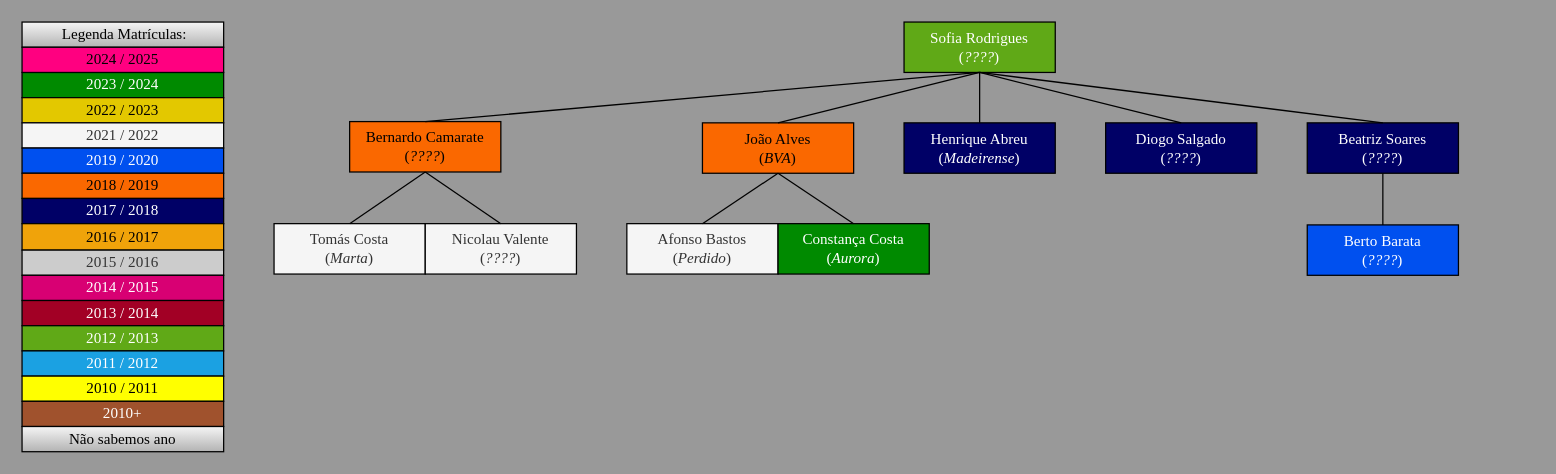
pdmtmr/PDMTMRTESTLOCATION-AKA-ARBUSTO keeps this draw.io diagram as Draw.io/Familia_da_Sofia_Rodrigues.drawio. Above is the earlier version. Source tidied: cells renumbered, new cells numbered last; positions are measured from the earlier drawing's top-left corner, leaving out a move shared by most shapes. Both pictures are drawn from the tidied source at 126%, with x=0, y=0 at pixel (21, 21).
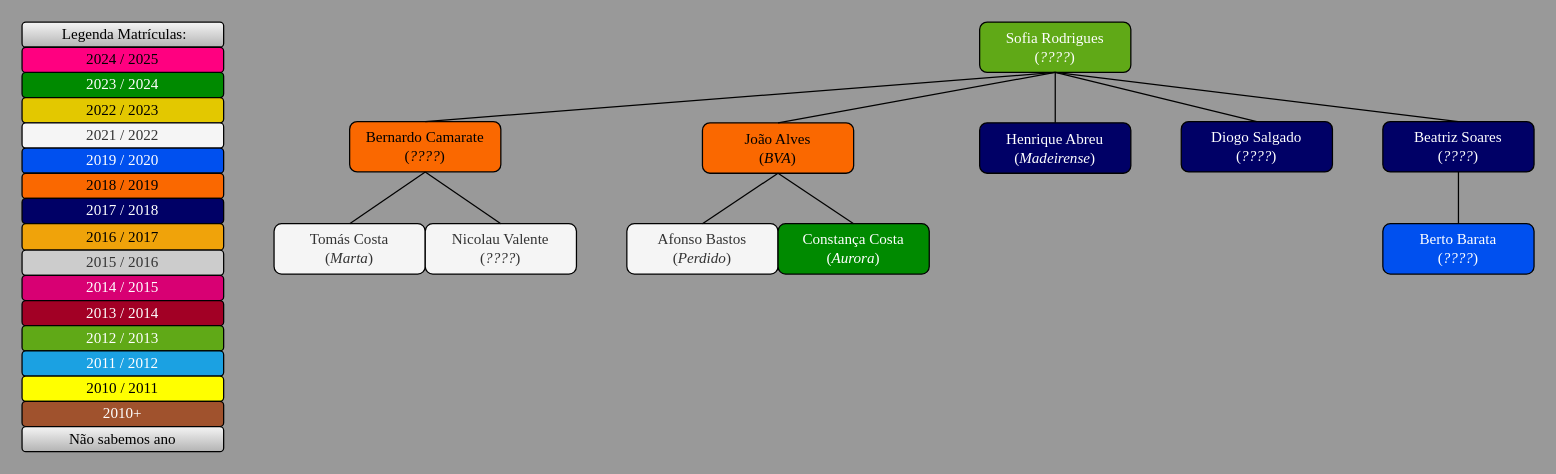
The same page after the edit.

What changed in the source:
```diff
@@
-    <mxCell id="2" value="&lt;div&gt;&lt;span style=&quot;background-color: initial;&quot;&gt;Sofia Rodrigues&lt;/span&gt;&lt;/div&gt;&lt;div&gt;&lt;span style=&quot;background-color: initial;&quot;&gt;(&lt;/span&gt;&lt;i style=&quot;background-color: initial;&quot;&gt;&lt;font&gt;????&lt;/font&gt;&lt;/i&gt;&lt;span style=&quot;background-color: initial;&quot;&gt;)&lt;/span&gt;&lt;/div&gt;" style="rounded=0;whiteSpace=wrap;html=1;fillColor=#60a917;fontColor=#ffffff;strokeColor=#000000;fontFamily=Times New Roman;" parent="1" vertex="1">
-      <mxGeometry x="700" width="120" height="40" as="geometry" />
+    <mxCell id="2" value="&lt;div&gt;&lt;span style=&quot;background-color: initial;&quot;&gt;Sofia Rodrigues&lt;/span&gt;&lt;/div&gt;&lt;div&gt;&lt;span style=&quot;background-color: initial;&quot;&gt;(&lt;/span&gt;&lt;i style=&quot;background-color: initial;&quot;&gt;&lt;font&gt;????&lt;/font&gt;&lt;/i&gt;&lt;span style=&quot;background-color: initial;&quot;&gt;)&lt;/span&gt;&lt;/div&gt;" style="rounded=1;whiteSpace=wrap;html=1;fillColor=#60a917;fontColor=#ffffff;strokeColor=#000000;fontFamily=Times New Roman;" parent="1" vertex="1">
+      <mxGeometry x="760" width="120" height="40" as="geometry" />
     </mxCell>
-    <mxCell id="3" value="&lt;div&gt;&lt;span style=&quot;background-color: initial;&quot;&gt;João Alves&lt;/span&gt;&lt;/div&gt;&lt;div&gt;&lt;span style=&quot;background-color: initial;&quot;&gt;(&lt;font&gt;&lt;i&gt;BVA&lt;/i&gt;&lt;/font&gt;&lt;/span&gt;&lt;span style=&quot;background-color: initial;&quot;&gt;)&lt;/span&gt;&lt;/div&gt;" style="rounded=0;whiteSpace=wrap;html=1;fillColor=#fa6800;fontColor=#000000;strokeColor=#000000;fontFamily=Times New Roman;" parent="1" vertex="1">
+    <mxCell id="3" value="&lt;div&gt;&lt;span style=&quot;background-color: initial;&quot;&gt;João Alves&lt;/span&gt;&lt;/div&gt;&lt;div&gt;&lt;span style=&quot;background-color: initial;&quot;&gt;(&lt;font&gt;&lt;i&gt;BVA&lt;/i&gt;&lt;/font&gt;&lt;/span&gt;&lt;span style=&quot;background-color: initial;&quot;&gt;)&lt;/span&gt;&lt;/div&gt;" style="rounded=1;whiteSpace=wrap;html=1;fillColor=#fa6800;fontColor=#000000;strokeColor=#000000;fontFamily=Times New Roman;" parent="1" vertex="1">
       <mxGeometry x="540" y="80" width="120" height="40" as="geometry" />
     </mxCell>
-    <mxCell id="4" value="&lt;div&gt;&lt;span style=&quot;background-color: initial;&quot;&gt;Afonso Bastos&lt;/span&gt;&lt;/div&gt;&lt;div&gt;&lt;span style=&quot;background-color: initial;&quot;&gt;(&lt;font&gt;&lt;i&gt;Perdido&lt;/i&gt;&lt;/font&gt;&lt;/span&gt;&lt;span style=&quot;background-color: initial;&quot;&gt;)&lt;/span&gt;&lt;/div&gt;" style="rounded=0;whiteSpace=wrap;html=1;fillColor=#f5f5f5;fontColor=#333333;strokeColor=#000000;fontFamily=Times New Roman;" parent="1" vertex="1">
+    <mxCell id="4" value="&lt;div&gt;&lt;span style=&quot;background-color: initial;&quot;&gt;Afonso Bastos&lt;/span&gt;&lt;/div&gt;&lt;div&gt;&lt;span style=&quot;background-color: initial;&quot;&gt;(&lt;font&gt;&lt;i&gt;Perdido&lt;/i&gt;&lt;/font&gt;&lt;/span&gt;&lt;span style=&quot;background-color: initial;&quot;&gt;)&lt;/span&gt;&lt;/div&gt;" style="rounded=1;whiteSpace=wrap;html=1;fillColor=#f5f5f5;fontColor=#333333;strokeColor=#000000;fontFamily=Times New Roman;" parent="1" vertex="1">
       <mxGeometry x="480" y="160" width="120" height="40" as="geometry" />
     </mxCell>
@@
-    <mxCell id="7" value="&lt;div&gt;&lt;span style=&quot;background-color: initial;&quot;&gt;Beatriz Soares&lt;/span&gt;&lt;/div&gt;&lt;div&gt;&lt;span style=&quot;background-color: initial;&quot;&gt;(&lt;/span&gt;&lt;i style=&quot;background-color: initial;&quot;&gt;&lt;font&gt;????&lt;/font&gt;&lt;/i&gt;&lt;span style=&quot;background-color: initial;&quot;&gt;)&lt;/span&gt;&lt;/div&gt;" style="rounded=0;whiteSpace=wrap;html=1;fillColor=#000066;fontColor=#FFFFFF;fontFamily=Times New Roman;strokeColor=#000000;" parent="1" vertex="1">
-      <mxGeometry x="1020" y="80" width="120" height="40" as="geometry" />
+    <mxCell id="7" value="&lt;div&gt;&lt;span style=&quot;background-color: initial;&quot;&gt;Beatriz Soares&lt;/span&gt;&lt;/div&gt;&lt;div&gt;&lt;span style=&quot;background-color: initial;&quot;&gt;(&lt;/span&gt;&lt;i style=&quot;background-color: initial;&quot;&gt;&lt;font&gt;????&lt;/font&gt;&lt;/i&gt;&lt;span style=&quot;background-color: initial;&quot;&gt;)&lt;/span&gt;&lt;/div&gt;" style="rounded=1;whiteSpace=wrap;html=1;fillColor=#000066;fontColor=#FFFFFF;fontFamily=Times New Roman;strokeColor=#000000;" parent="1" vertex="1">
+      <mxGeometry x="1080" y="79" width="120" height="40" as="geometry" />
     </mxCell>
-    <mxCell id="8" value="&lt;div&gt;&lt;span style=&quot;background-color: initial;&quot;&gt;Berto Barata&lt;/span&gt;&lt;/div&gt;&lt;div&gt;&lt;span style=&quot;background-color: initial;&quot;&gt;(&lt;/span&gt;&lt;i style=&quot;background-color: initial;&quot;&gt;&lt;font&gt;????&lt;/font&gt;&lt;/i&gt;&lt;span style=&quot;background-color: initial;&quot;&gt;)&lt;/span&gt;&lt;br&gt;&lt;/div&gt;" style="rounded=0;whiteSpace=wrap;html=1;fillColor=#0050ef;fontColor=#ffffff;strokeColor=#000000;fontFamily=Times New Roman;" parent="1" vertex="1">
-      <mxGeometry x="1020" y="161" width="120" height="40" as="geometry" />
+    <mxCell id="8" value="&lt;div&gt;&lt;span style=&quot;background-color: initial;&quot;&gt;Berto Barata&lt;/span&gt;&lt;/div&gt;&lt;div&gt;&lt;span style=&quot;background-color: initial;&quot;&gt;(&lt;/span&gt;&lt;i style=&quot;background-color: initial;&quot;&gt;&lt;font&gt;????&lt;/font&gt;&lt;/i&gt;&lt;span style=&quot;background-color: initial;&quot;&gt;)&lt;/span&gt;&lt;br&gt;&lt;/div&gt;" style="rounded=1;whiteSpace=wrap;html=1;fillColor=#0050ef;fontColor=#ffffff;strokeColor=#000000;fontFamily=Times New Roman;" parent="1" vertex="1">
+      <mxGeometry x="1080" y="160" width="120" height="40" as="geometry" />
     </mxCell>
@@
-    <mxCell id="10" value="&lt;div&gt;&lt;span style=&quot;background-color: initial;&quot;&gt;Henrique Abreu&lt;/span&gt;&lt;/div&gt;&lt;div&gt;&lt;span style=&quot;background-color: initial;&quot;&gt;(&lt;font&gt;&lt;i&gt;Madeirense&lt;/i&gt;&lt;/font&gt;&lt;/span&gt;&lt;span style=&quot;background-color: initial;&quot;&gt;)&lt;/span&gt;&lt;/div&gt;" style="rounded=0;whiteSpace=wrap;html=1;fillColor=#000066;fontColor=#FFFFFF;fontFamily=Times New Roman;strokeColor=#000000;" parent="1" vertex="1">
-      <mxGeometry x="700" y="80" width="120" height="40" as="geometry" />
+    <mxCell id="10" value="&lt;div&gt;&lt;span style=&quot;background-color: initial;&quot;&gt;Henrique Abreu&lt;/span&gt;&lt;/div&gt;&lt;div&gt;&lt;span style=&quot;background-color: initial;&quot;&gt;(&lt;font&gt;&lt;i&gt;Madeirense&lt;/i&gt;&lt;/font&gt;&lt;/span&gt;&lt;span style=&quot;background-color: initial;&quot;&gt;)&lt;/span&gt;&lt;/div&gt;" style="rounded=1;whiteSpace=wrap;html=1;fillColor=#000066;fontColor=#FFFFFF;fontFamily=Times New Roman;strokeColor=#000000;" parent="1" vertex="1">
+      <mxGeometry x="760" y="80" width="120" height="40" as="geometry" />
     </mxCell>
@@
-    <mxCell id="12" value="&lt;div&gt;Diogo Salgado&lt;/div&gt;&lt;div&gt;&lt;span style=&quot;background-color: initial;&quot;&gt;(&lt;font&gt;&lt;i&gt;????&lt;/i&gt;&lt;/font&gt;&lt;/span&gt;&lt;span style=&quot;background-color: initial;&quot;&gt;)&lt;/span&gt;&lt;/div&gt;" style="rounded=0;whiteSpace=wrap;html=1;fillColor=#000066;fontColor=#FFFFFF;fontFamily=Times New Roman;strokeColor=#000000;" parent="1" vertex="1">
-      <mxGeometry x="860" y="80" width="120" height="40" as="geometry" />
+    <mxCell id="12" value="&lt;div&gt;Diogo Salgado&lt;/div&gt;&lt;div&gt;&lt;span style=&quot;background-color: initial;&quot;&gt;(&lt;font&gt;&lt;i&gt;????&lt;/i&gt;&lt;/font&gt;&lt;/span&gt;&lt;span style=&quot;background-color: initial;&quot;&gt;)&lt;/span&gt;&lt;/div&gt;" style="rounded=1;whiteSpace=wrap;html=1;fillColor=#000066;fontColor=#FFFFFF;fontFamily=Times New Roman;strokeColor=#000000;" parent="1" vertex="1">
+      <mxGeometry x="920" y="79" width="120" height="40" as="geometry" />
     </mxCell>
@@
-    <mxCell id="15" value="&lt;div&gt;&lt;span style=&quot;background-color: initial;&quot;&gt;Bernardo Camarate&lt;/span&gt;&lt;/div&gt;&lt;div&gt;&lt;span style=&quot;background-color: initial;&quot;&gt;(&lt;font&gt;&lt;i&gt;????&lt;/i&gt;&lt;/font&gt;&lt;/span&gt;&lt;span style=&quot;background-color: initial;&quot;&gt;)&lt;/span&gt;&lt;/div&gt;" style="rounded=0;whiteSpace=wrap;html=1;fillColor=#fa6800;fontColor=#000000;strokeColor=#000000;fontFamily=Times New Roman;" parent="1" vertex="1">
+    <mxCell id="15" value="&lt;div&gt;&lt;span style=&quot;background-color: initial;&quot;&gt;Bernardo Camarate&lt;/span&gt;&lt;/div&gt;&lt;div&gt;&lt;span style=&quot;background-color: initial;&quot;&gt;(&lt;font&gt;&lt;i&gt;????&lt;/i&gt;&lt;/font&gt;&lt;/span&gt;&lt;span style=&quot;background-color: initial;&quot;&gt;)&lt;/span&gt;&lt;/div&gt;" style="rounded=1;whiteSpace=wrap;html=1;fillColor=#fa6800;fontColor=#000000;strokeColor=#000000;fontFamily=Times New Roman;" parent="1" vertex="1">
       <mxGeometry x="260" y="79" width="120" height="40" as="geometry" />
     </mxCell>
@@
-    <mxCell id="17" value="&lt;div&gt;&lt;span style=&quot;background-color: initial;&quot;&gt;Tomás Costa&lt;/span&gt;&lt;/div&gt;&lt;div&gt;&lt;span style=&quot;background-color: initial;&quot;&gt;(&lt;font&gt;&lt;i&gt;Marta&lt;/i&gt;&lt;/font&gt;&lt;/span&gt;&lt;span style=&quot;background-color: initial;&quot;&gt;)&lt;/span&gt;&lt;/div&gt;" style="rounded=0;whiteSpace=wrap;html=1;fillColor=#f5f5f5;fontColor=#333333;strokeColor=#000000;fontFamily=Times New Roman;" parent="1" vertex="1">
+    <mxCell id="17" value="&lt;div&gt;&lt;span style=&quot;background-color: initial;&quot;&gt;Tomás Costa&lt;/span&gt;&lt;/div&gt;&lt;div&gt;&lt;span style=&quot;background-color: initial;&quot;&gt;(&lt;font&gt;&lt;i&gt;Marta&lt;/i&gt;&lt;/font&gt;&lt;/span&gt;&lt;span style=&quot;background-color: initial;&quot;&gt;)&lt;/span&gt;&lt;/div&gt;" style="rounded=1;whiteSpace=wrap;html=1;fillColor=#f5f5f5;fontColor=#333333;strokeColor=#000000;fontFamily=Times New Roman;" parent="1" vertex="1">
       <mxGeometry x="200" y="160" width="120" height="40" as="geometry" />
     </mxCell>
@@
-    <mxCell id="19" value="&lt;div&gt;&lt;span style=&quot;background-color: initial;&quot;&gt;Constança Costa&lt;/span&gt;&lt;/div&gt;&lt;div&gt;&lt;span style=&quot;background-color: initial;&quot;&gt;(&lt;font&gt;&lt;i&gt;Aurora&lt;/i&gt;&lt;/font&gt;&lt;/span&gt;&lt;span style=&quot;background-color: initial;&quot;&gt;)&lt;/span&gt;&lt;/div&gt;" style="rounded=0;whiteSpace=wrap;html=1;fillColor=#008a00;fontColor=#ffffff;strokeColor=#000000;fontFamily=Times New Roman;" parent="1" vertex="1">
+    <mxCell id="19" value="&lt;div&gt;&lt;span style=&quot;background-color: initial;&quot;&gt;Constança Costa&lt;/span&gt;&lt;/div&gt;&lt;div&gt;&lt;span style=&quot;background-color: initial;&quot;&gt;(&lt;font&gt;&lt;i&gt;Aurora&lt;/i&gt;&lt;/font&gt;&lt;/span&gt;&lt;span style=&quot;background-color: initial;&quot;&gt;)&lt;/span&gt;&lt;/div&gt;" style="rounded=1;whiteSpace=wrap;html=1;fillColor=#008a00;fontColor=#ffffff;strokeColor=#000000;fontFamily=Times New Roman;" parent="1" vertex="1">
       <mxGeometry x="600" y="160" width="120" height="40" as="geometry" />
     </mxCell>
@@
-    <mxCell id="21" value="&lt;div&gt;Nicolau Valente&lt;/div&gt;&lt;div&gt;&lt;span style=&quot;background-color: initial;&quot;&gt;(&lt;font&gt;&lt;i&gt;????&lt;/i&gt;&lt;/font&gt;&lt;/span&gt;&lt;span style=&quot;background-color: initial;&quot;&gt;)&lt;/span&gt;&lt;/div&gt;" style="rounded=0;whiteSpace=wrap;html=1;fillColor=#f5f5f5;fontColor=#333333;strokeColor=#000000;fontFamily=Times New Roman;" parent="1" vertex="1">
+    <mxCell id="21" value="&lt;div&gt;Nicolau Valente&lt;/div&gt;&lt;div&gt;&lt;span style=&quot;background-color: initial;&quot;&gt;(&lt;font&gt;&lt;i&gt;????&lt;/i&gt;&lt;/font&gt;&lt;/span&gt;&lt;span style=&quot;background-color: initial;&quot;&gt;)&lt;/span&gt;&lt;/div&gt;" style="rounded=1;whiteSpace=wrap;html=1;fillColor=#f5f5f5;fontColor=#333333;strokeColor=#000000;fontFamily=Times New Roman;" parent="1" vertex="1">
       <mxGeometry x="320" y="160" width="120" height="40" as="geometry" />
     </mxCell>
@@
-    <mxCell id="23" value="2023 / 2024" style="rounded=0;whiteSpace=wrap;html=1;fillColor=#008a00;fontColor=#ffffff;strokeColor=#000000;fontFamily=Times New Roman;" parent="1" vertex="1">
+    <mxCell id="23" value="2023 / 2024" style="rounded=1;whiteSpace=wrap;html=1;fillColor=#008a00;fontColor=#ffffff;strokeColor=#000000;fontFamily=Times New Roman;" parent="1" vertex="1">
       <mxGeometry y="40" width="160" height="20" as="geometry" />
     </mxCell>
-    <mxCell id="24" value="2022 / 2023" style="rounded=0;whiteSpace=wrap;html=1;fillColor=#e3c800;fontColor=#000000;strokeColor=#000000;fontFamily=Times New Roman;" parent="1" vertex="1">
+    <mxCell id="24" value="2022 / 2023" style="rounded=1;whiteSpace=wrap;html=1;fillColor=#e3c800;fontColor=#000000;strokeColor=#000000;fontFamily=Times New Roman;" parent="1" vertex="1">
       <mxGeometry y="60" width="160" height="20" as="geometry" />
     </mxCell>
-    <mxCell id="25" value="2021 / 2022" style="rounded=0;whiteSpace=wrap;html=1;fillColor=#f5f5f5;fontColor=#333333;strokeColor=#000000;fontFamily=Times New Roman;" parent="1" vertex="1">
+    <mxCell id="25" value="2021 / 2022" style="rounded=1;whiteSpace=wrap;html=1;fillColor=#f5f5f5;fontColor=#333333;strokeColor=#000000;fontFamily=Times New Roman;" parent="1" vertex="1">
       <mxGeometry y="80" width="160" height="20" as="geometry" />
     </mxCell>
-    <mxCell id="26" value="2019 / 2020" style="rounded=0;whiteSpace=wrap;html=1;fillColor=#0050ef;fontColor=#ffffff;strokeColor=#000000;fontFamily=Times New Roman;" parent="1" vertex="1">
+    <mxCell id="26" value="2019 / 2020" style="rounded=1;whiteSpace=wrap;html=1;fillColor=#0050ef;fontColor=#ffffff;strokeColor=#000000;fontFamily=Times New Roman;" parent="1" vertex="1">
       <mxGeometry y="100" width="160" height="20" as="geometry" />
     </mxCell>
-    <mxCell id="27" value="2018 / 2019" style="rounded=0;whiteSpace=wrap;html=1;fillColor=#fa6800;fontColor=#000000;strokeColor=#000000;fontFamily=Times New Roman;" parent="1" vertex="1">
+    <mxCell id="27" value="2018 / 2019" style="rounded=1;whiteSpace=wrap;html=1;fillColor=#fa6800;fontColor=#000000;strokeColor=#000000;fontFamily=Times New Roman;" parent="1" vertex="1">
       <mxGeometry y="120" width="160" height="20" as="geometry" />
     </mxCell>
-    <mxCell id="28" value="&amp;nbsp;Legenda Matrículas:" style="rounded=0;whiteSpace=wrap;html=1;fillColor=#f5f5f5;gradientColor=#b3b3b3;strokeColor=#000000;fontFamily=Times New Roman;" parent="1" vertex="1">
+    <mxCell id="28" value="&amp;nbsp;Legenda Matrículas:" style="rounded=1;whiteSpace=wrap;html=1;fillColor=#f5f5f5;gradientColor=#b3b3b3;strokeColor=#000000;fontFamily=Times New Roman;" parent="1" vertex="1">
       <mxGeometry width="160" height="20" as="geometry" />
     </mxCell>
-    <mxCell id="29" value="2017 / 2018" style="rounded=0;whiteSpace=wrap;html=1;fillColor=#000066;fontColor=#ffffff;strokeColor=#000000;fontFamily=Times New Roman;" parent="1" vertex="1">
+    <mxCell id="29" value="2017 / 2018" style="rounded=1;whiteSpace=wrap;html=1;fillColor=#000066;fontColor=#ffffff;strokeColor=#000000;fontFamily=Times New Roman;" parent="1" vertex="1">
       <mxGeometry y="140" width="160" height="20" as="geometry" />
     </mxCell>
-    <mxCell id="30" value="2016 / 2017" style="rounded=0;whiteSpace=wrap;html=1;fillColor=#f0a30a;fontColor=#000000;strokeColor=#000000;fontFamily=Times New Roman;" parent="1" vertex="1">
+    <mxCell id="30" value="2016 / 2017" style="rounded=1;whiteSpace=wrap;html=1;fillColor=#f0a30a;fontColor=#000000;strokeColor=#000000;fontFamily=Times New Roman;" parent="1" vertex="1">
       <mxGeometry y="160" width="160" height="21" as="geometry" />
     </mxCell>
-    <mxCell id="31" value="2015 / 2016" style="rounded=0;whiteSpace=wrap;html=1;fillColor=#CCCCCC;strokeColor=#000000;fontColor=#333333;fontFamily=Times New Roman;" parent="1" vertex="1">
+    <mxCell id="31" value="2015 / 2016" style="rounded=1;whiteSpace=wrap;html=1;fillColor=#CCCCCC;strokeColor=#000000;fontColor=#333333;fontFamily=Times New Roman;" parent="1" vertex="1">
       <mxGeometry y="181" width="160" height="20" as="geometry" />
     </mxCell>
-    <mxCell id="32" value="2014 / 2015" style="rounded=0;whiteSpace=wrap;html=1;fillColor=#d80073;fontColor=#ffffff;strokeColor=#000000;fontFamily=Times New Roman;" parent="1" vertex="1">
+    <mxCell id="32" value="2014 / 2015" style="rounded=1;whiteSpace=wrap;html=1;fillColor=#d80073;fontColor=#ffffff;strokeColor=#000000;fontFamily=Times New Roman;" parent="1" vertex="1">
       <mxGeometry y="201" width="160" height="20" as="geometry" />
     </mxCell>
-    <mxCell id="33" value="2013 / 2014" style="rounded=0;whiteSpace=wrap;html=1;fillColor=#a20025;fontColor=#ffffff;strokeColor=#000000;fontFamily=Times New Roman;" parent="1" vertex="1">
+    <mxCell id="33" value="2013 / 2014" style="rounded=1;whiteSpace=wrap;html=1;fillColor=#a20025;fontColor=#ffffff;strokeColor=#000000;fontFamily=Times New Roman;" parent="1" vertex="1">
       <mxGeometry y="221" width="160" height="20" as="geometry" />
     </mxCell>
-    <mxCell id="34" value="2012&lt;span style=&quot;background-color: initial;&quot;&gt;&amp;nbsp;/ 2013&lt;/span&gt;" style="rounded=0;whiteSpace=wrap;html=1;fillColor=#60a917;fontColor=#ffffff;strokeColor=#000000;fontFamily=Times New Roman;" parent="1" vertex="1">
+    <mxCell id="34" value="2012&lt;span style=&quot;background-color: initial;&quot;&gt;&amp;nbsp;/ 2013&lt;/span&gt;" style="rounded=1;whiteSpace=wrap;html=1;fillColor=#60a917;fontColor=#ffffff;strokeColor=#000000;fontFamily=Times New Roman;" parent="1" vertex="1">
       <mxGeometry y="241" width="160" height="20" as="geometry" />
     </mxCell>
-    <mxCell id="35" value="2011&lt;span style=&quot;background-color: initial;&quot;&gt;&amp;nbsp;/ 2012&lt;/span&gt;" style="rounded=0;whiteSpace=wrap;html=1;fillColor=#1ba1e2;fontColor=#ffffff;strokeColor=#000000;fontFamily=Times New Roman;" parent="1" vertex="1">
+    <mxCell id="35" value="2011&lt;span style=&quot;background-color: initial;&quot;&gt;&amp;nbsp;/ 2012&lt;/span&gt;" style="rounded=1;whiteSpace=wrap;html=1;fillColor=#1ba1e2;fontColor=#ffffff;strokeColor=#000000;fontFamily=Times New Roman;" parent="1" vertex="1">
       <mxGeometry y="261" width="160" height="20" as="geometry" />
     </mxCell>
-    <mxCell id="36" value="2010&lt;span style=&quot;background-color: initial;&quot;&gt;&amp;nbsp;/ 2011&lt;/span&gt;" style="rounded=0;whiteSpace=wrap;html=1;fillColor=#FFFF00;fontColor=#000000;fontFamily=Times New Roman;strokeColor=#000000;" parent="1" vertex="1">
+    <mxCell id="36" value="2010&lt;span style=&quot;background-color: initial;&quot;&gt;&amp;nbsp;/ 2011&lt;/span&gt;" style="rounded=1;whiteSpace=wrap;html=1;fillColor=#FFFF00;fontColor=#000000;fontFamily=Times New Roman;strokeColor=#000000;" parent="1" vertex="1">
       <mxGeometry y="281" width="160" height="20" as="geometry" />
     </mxCell>
-    <mxCell id="37" value="2010+" style="rounded=0;whiteSpace=wrap;html=1;fillColor=#a0522d;strokeColor=#000000;fontColor=#ffffff;fontFamily=Times New Roman;" parent="1" vertex="1">
+    <mxCell id="37" value="2010+" style="rounded=1;whiteSpace=wrap;html=1;fillColor=#a0522d;strokeColor=#000000;fontColor=#ffffff;fontFamily=Times New Roman;" parent="1" vertex="1">
       <mxGeometry y="301" width="160" height="20" as="geometry" />
     </mxCell>
-    <mxCell id="38" value="Não sabemos ano" style="rounded=0;whiteSpace=wrap;html=1;fillColor=#f5f5f5;gradientColor=#b3b3b3;strokeColor=#000000;fontFamily=Times New Roman;" parent="1" vertex="1">
+    <mxCell id="38" value="Não sabemos ano" style="rounded=1;whiteSpace=wrap;html=1;fillColor=#f5f5f5;gradientColor=#b3b3b3;strokeColor=#000000;fontFamily=Times New Roman;" parent="1" vertex="1">
       <mxGeometry y="321" width="160" height="20" as="geometry" />
     </mxCell>
-    <mxCell id="39" value="2024&amp;nbsp;/ 2025" style="rounded=0;whiteSpace=wrap;html=1;fillColor=#FF0080;strokeColor=#000000;gradientColor=none;fontColor=#000000;fontFamily=Times New Roman;" parent="1" vertex="1">
+    <mxCell id="39" value="2024&amp;nbsp;/ 2025" style="rounded=1;whiteSpace=wrap;html=1;fillColor=#FF0080;strokeColor=#000000;gradientColor=none;fontColor=#000000;fontFamily=Times New Roman;" parent="1" vertex="1">
       <mxGeometry y="20" width="160" height="20" as="geometry" />
     </mxCell>
```
